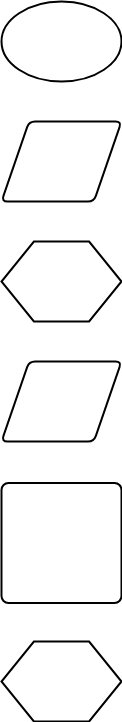
Earlier version of the draw.io export computer_science_and_engineering_first_course_24.1/fundamentals_of_algorithmization_and_programming/pws/pw4/pw4Diagram.png (FredNekrasov/university). Source tidied: cells renumbered, new cells last; positions are measured from the earlier drawing's top-left corner, leaving out a move shared by most shapes. The source it was exported from:
```xml
<mxGraphModel>
  <root>
    <mxCell id="0" />
    <mxCell id="1" parent="0" />
    <mxCell id="2" style="strokeWidth=2;html=1;shape=mxgraph.flowchart.start_1;whiteSpace=wrap;" parent="1" vertex="1">
      <mxGeometry width="120" height="80" as="geometry" />
    </mxCell>
    <mxCell id="3" style="shape=parallelogram;html=1;strokeWidth=2;perimeter=parallelogramPerimeter;whiteSpace=wrap;rounded=1;arcSize=12;size=0.23;" parent="1" vertex="1">
      <mxGeometry y="120" width="120" height="80" as="geometry" />
    </mxCell>
    <mxCell id="4" style="verticalLabelPosition=bottom;verticalAlign=top;html=1;shape=hexagon;perimeter=hexagonPerimeter2;arcSize=6;size=0.27;strokeWidth=2;" parent="1" vertex="1">
      <mxGeometry y="240" width="120" height="80" as="geometry" />
    </mxCell>
    <mxCell id="5" style="shape=parallelogram;html=1;strokeWidth=2;perimeter=parallelogramPerimeter;whiteSpace=wrap;rounded=1;arcSize=12;size=0.23;" parent="1" vertex="1">
      <mxGeometry y="360" width="120" height="80" as="geometry" />
    </mxCell>
    <mxCell id="6" style="rounded=1;whiteSpace=wrap;html=1;absoluteArcSize=1;arcSize=14;strokeWidth=2;" parent="1" vertex="1">
      <mxGeometry y="481.5" width="120" height="120" as="geometry" />
    </mxCell>
    <mxCell id="7" style="verticalLabelPosition=bottom;verticalAlign=top;html=1;shape=hexagon;perimeter=hexagonPerimeter2;arcSize=6;size=0.27;strokeWidth=2;" parent="1" vertex="1">
      <mxGeometry y="640" width="120" height="80" as="geometry" />
    </mxCell>
  </root>
</mxGraphModel>
```
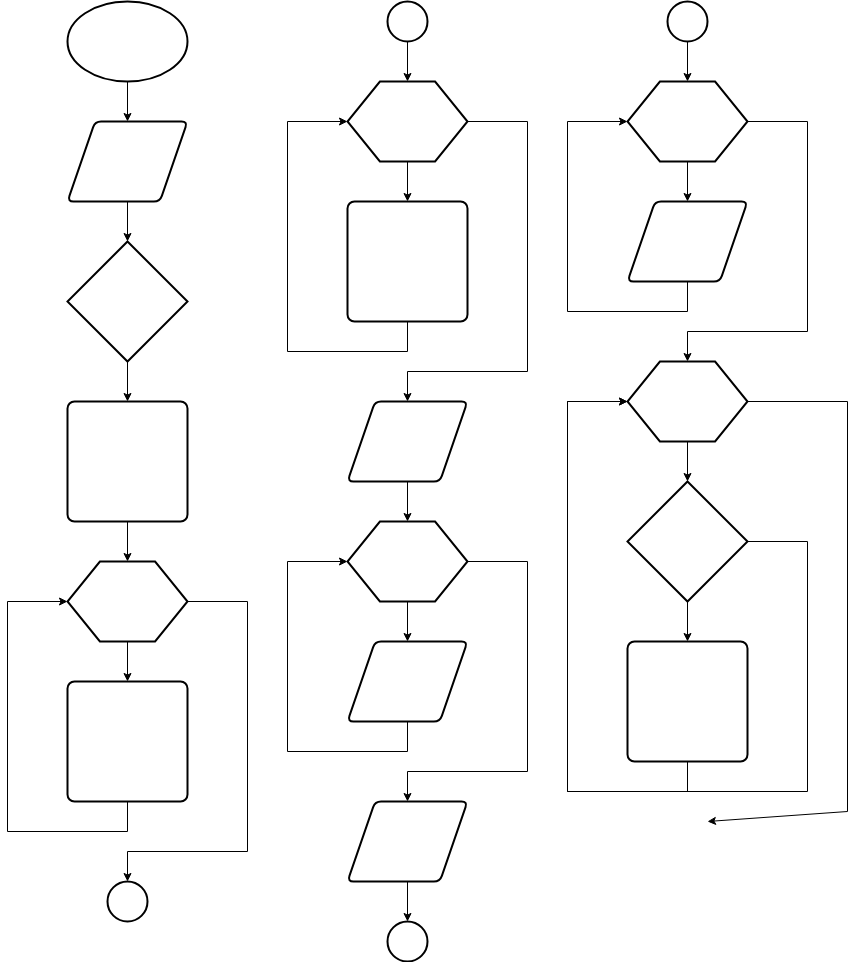
After the commit.

The edit, as a diff of the source:
```diff
@@ -9,16 +9,203 @@
       <mxGeometry y="120" width="120" height="80" as="geometry" />
     </mxCell>
     <mxCell id="4" style="verticalLabelPosition=bottom;verticalAlign=top;html=1;shape=hexagon;perimeter=hexagonPerimeter2;arcSize=6;size=0.27;strokeWidth=2;" parent="1" vertex="1">
-      <mxGeometry y="240" width="120" height="80" as="geometry" />
+      <mxGeometry x="280" y="520" width="120" height="80" as="geometry" />
     </mxCell>
     <mxCell id="5" style="shape=parallelogram;html=1;strokeWidth=2;perimeter=parallelogramPerimeter;whiteSpace=wrap;rounded=1;arcSize=12;size=0.23;" parent="1" vertex="1">
-      <mxGeometry y="360" width="120" height="80" as="geometry" />
+      <mxGeometry x="280" y="400" width="120" height="80" as="geometry" />
     </mxCell>
     <mxCell id="6" style="rounded=1;whiteSpace=wrap;html=1;absoluteArcSize=1;arcSize=14;strokeWidth=2;" parent="1" vertex="1">
-      <mxGeometry y="481.5" width="120" height="120" as="geometry" />
+      <mxGeometry y="680" width="120" height="120" as="geometry" />
     </mxCell>
-    <mxCell id="7" style="verticalLabelPosition=bottom;verticalAlign=top;html=1;shape=hexagon;perimeter=hexagonPerimeter2;arcSize=6;size=0.27;strokeWidth=2;" parent="1" vertex="1">
-      <mxGeometry y="640" width="120" height="80" as="geometry" />
-    </mxCell>
+    <mxCell id="8" style="strokeWidth=2;html=1;shape=mxgraph.flowchart.decision;whiteSpace=wrap;" parent="1" vertex="1">
+      <mxGeometry y="240" width="120" height="120" as="geometry" />
+    </mxCell>
+    <mxCell id="9" style="rounded=1;whiteSpace=wrap;html=1;absoluteArcSize=1;arcSize=14;strokeWidth=2;" parent="1" vertex="1">
+      <mxGeometry y="400" width="120" height="120" as="geometry" />
+    </mxCell>
+    <mxCell id="10" style="verticalLabelPosition=bottom;verticalAlign=top;html=1;shape=hexagon;perimeter=hexagonPerimeter2;arcSize=6;size=0.27;strokeWidth=2;" parent="1" vertex="1">
+      <mxGeometry y="560" width="120" height="80" as="geometry" />
+    </mxCell>
+    <mxCell id="11" style="verticalLabelPosition=bottom;verticalAlign=top;html=1;shape=hexagon;perimeter=hexagonPerimeter2;arcSize=6;size=0.27;strokeWidth=2;" parent="1" vertex="1">
+      <mxGeometry x="280" y="80" width="120" height="80" as="geometry" />
+    </mxCell>
+    <mxCell id="12" style="rounded=1;whiteSpace=wrap;html=1;absoluteArcSize=1;arcSize=14;strokeWidth=2;" parent="1" vertex="1">
+      <mxGeometry x="280" y="200" width="120" height="120" as="geometry" />
+    </mxCell>
+    <mxCell id="13" style="shape=parallelogram;html=1;strokeWidth=2;perimeter=parallelogramPerimeter;whiteSpace=wrap;rounded=1;arcSize=12;size=0.23;" parent="1" vertex="1">
+      <mxGeometry x="280" y="640" width="120" height="80" as="geometry" />
+    </mxCell>
+    <mxCell id="14" style="shape=parallelogram;html=1;strokeWidth=2;perimeter=parallelogramPerimeter;whiteSpace=wrap;rounded=1;arcSize=12;size=0.23;" parent="1" vertex="1">
+      <mxGeometry x="280" y="800" width="120" height="80" as="geometry" />
+    </mxCell>
+    <mxCell id="15" style="verticalLabelPosition=bottom;verticalAlign=top;html=1;shape=hexagon;perimeter=hexagonPerimeter2;arcSize=6;size=0.27;strokeWidth=2;" parent="1" vertex="1">
+      <mxGeometry x="560" y="80" width="120" height="80" as="geometry" />
+    </mxCell>
+    <mxCell id="16" style="shape=parallelogram;html=1;strokeWidth=2;perimeter=parallelogramPerimeter;whiteSpace=wrap;rounded=1;arcSize=12;size=0.23;" parent="1" vertex="1">
+      <mxGeometry x="560" y="200" width="120" height="80" as="geometry" />
+    </mxCell>
+    <mxCell id="17" style="endArrow=classic;html=1;rounded=0;exitX=0.5;exitY=1;exitDx=0;exitDy=0;exitPerimeter=0;entryX=0.5;entryY=0;entryDx=0;entryDy=0;" parent="1" edge="1" source="2" target="3">
+      <mxGeometry relative="1" as="geometry" />
+    </mxCell>
+    <mxCell id="18" style="endArrow=classic;html=1;rounded=0;exitX=0.5;exitY=1;exitDx=0;exitDy=0;entryX=0.5;entryY=0;entryDx=0;entryDy=0;entryPerimeter=0;" parent="1" edge="1" source="3" target="8">
+      <mxGeometry relative="1" as="geometry" />
+    </mxCell>
+    <mxCell id="19" style="endArrow=classic;html=1;rounded=0;exitX=0.5;exitY=1;exitDx=0;exitDy=0;entryX=0.5;entryY=0;entryDx=0;entryDy=0;exitPerimeter=0;" parent="1" edge="1" source="8" target="9">
+      <mxGeometry relative="1" as="geometry" />
+    </mxCell>
+    <mxCell id="20" style="endArrow=classic;html=1;rounded=0;exitX=0.5;exitY=1;exitDx=0;exitDy=0;entryX=0.5;entryY=0;entryDx=0;entryDy=0;" parent="1" edge="1" source="9" target="10">
+      <mxGeometry relative="1" as="geometry" />
+    </mxCell>
+    <mxCell id="21" style="endArrow=classic;html=1;rounded=0;exitX=0.5;exitY=1;exitDx=0;exitDy=0;entryX=0.5;entryY=0;entryDx=0;entryDy=0;" parent="1" edge="1" source="10" target="6">
+      <mxGeometry relative="1" as="geometry" />
+    </mxCell>
+    <mxCell id="22" style="endArrow=classic;html=1;rounded=0;exitX=0.5;exitY=1;exitDx=0;exitDy=0;entryX=0;entryY=0.5;entryDx=0;entryDy=0;" parent="1" edge="1" source="6" target="10">
+      <mxGeometry relative="1" as="geometry">
+        <Array as="points">
+          <mxPoint x="60" y="830" />
+          <mxPoint x="-60" y="830" />
+          <mxPoint x="-60" y="600" />
+        </Array>
+      </mxGeometry>
+    </mxCell>
+    <mxCell id="23" style="endArrow=classic;html=1;rounded=0;exitX=1;exitY=0.5;exitDx=0;exitDy=0;entryX=0.5;entryY=0;entryDx=0;entryDy=0;entryPerimeter=0;" parent="1" edge="1" source="10" target="24">
+      <mxGeometry relative="1" as="geometry">
+        <Array as="points">
+          <mxPoint x="180" y="600" />
+          <mxPoint x="180" y="850" />
+          <mxPoint x="60" y="850" />
+        </Array>
+      </mxGeometry>
+    </mxCell>
+    <mxCell id="24" style="strokeWidth=2;html=1;shape=mxgraph.flowchart.start_2;whiteSpace=wrap;" parent="1" vertex="1">
+      <mxGeometry x="40" y="880" width="40" height="40" as="geometry" />
+    </mxCell>
+    <mxCell id="25" style="strokeWidth=2;html=1;shape=mxgraph.flowchart.start_2;whiteSpace=wrap;" parent="1" vertex="1">
+      <mxGeometry x="320" width="40" height="40" as="geometry" />
+    </mxCell>
+    <mxCell id="26" style="endArrow=classic;html=1;rounded=0;exitX=0.5;exitY=1;exitDx=0;exitDy=0;exitPerimeter=0;entryX=0.5;entryY=0;entryDx=0;entryDy=0;" parent="1" edge="1" source="25" target="11">
+      <mxGeometry relative="1" as="geometry" />
+    </mxCell>
+    <mxCell id="27" style="endArrow=classic;html=1;rounded=0;exitX=0.5;exitY=1;exitDx=0;exitDy=0;entryX=0.5;entryY=0;entryDx=0;entryDy=0;" parent="1" edge="1" source="11" target="12">
+      <mxGeometry relative="1" as="geometry" />
+    </mxCell>
+    <mxCell id="28" style="endArrow=classic;html=1;rounded=0;exitX=0.5;exitY=1;exitDx=0;exitDy=0;entryX=0;entryY=0.5;entryDx=0;entryDy=0;" parent="1" edge="1" source="12" target="11">
+      <mxGeometry relative="1" as="geometry">
+        <Array as="points">
+          <mxPoint x="340" y="350" />
+          <mxPoint x="220" y="350" />
+          <mxPoint x="220" y="120" />
+        </Array>
+      </mxGeometry>
+    </mxCell>
+    <mxCell id="29" style="endArrow=classic;html=1;rounded=0;exitX=1;exitY=0.5;exitDx=0;exitDy=0;entryX=0.5;entryY=0;entryDx=0;entryDy=0;" parent="1" edge="1" source="11" target="5">
+      <mxGeometry relative="1" as="geometry">
+        <Array as="points">
+          <mxPoint x="460" y="120" />
+          <mxPoint x="460" y="370" />
+          <mxPoint x="340" y="370" />
+        </Array>
+      </mxGeometry>
+    </mxCell>
+    <mxCell id="30" style="endArrow=classic;html=1;rounded=0;exitX=0.5;exitY=1;exitDx=0;exitDy=0;entryX=0.5;entryY=0;entryDx=0;entryDy=0;" parent="1" edge="1" source="5" target="4">
+      <mxGeometry relative="1" as="geometry" />
+    </mxCell>
+    <mxCell id="31" style="endArrow=classic;html=1;rounded=0;exitX=0.5;exitY=1;exitDx=0;exitDy=0;entryX=0.5;entryY=0;entryDx=0;entryDy=0;" parent="1" edge="1" source="4" target="13">
+      <mxGeometry relative="1" as="geometry" />
+    </mxCell>
+    <mxCell id="32" style="endArrow=classic;html=1;rounded=0;exitX=0.5;exitY=1;exitDx=0;exitDy=0;entryX=0;entryY=0.5;entryDx=0;entryDy=0;" parent="1" edge="1" source="13" target="4">
+      <mxGeometry relative="1" as="geometry">
+        <Array as="points">
+          <mxPoint x="340" y="750" />
+          <mxPoint x="220" y="750" />
+          <mxPoint x="220" y="560" />
+        </Array>
+      </mxGeometry>
+    </mxCell>
+    <mxCell id="33" style="endArrow=classic;html=1;rounded=0;exitX=1;exitY=0.5;exitDx=0;exitDy=0;entryX=0.5;entryY=0;entryDx=0;entryDy=0;" parent="1" edge="1" source="4" target="14">
+      <mxGeometry relative="1" as="geometry">
+        <Array as="points">
+          <mxPoint x="460" y="560" />
+          <mxPoint x="460" y="770" />
+          <mxPoint x="340" y="770" />
+        </Array>
+      </mxGeometry>
+    </mxCell>
+    <mxCell id="34" style="strokeWidth=2;html=1;shape=mxgraph.flowchart.start_2;whiteSpace=wrap;" parent="1" vertex="1">
+      <mxGeometry x="320" y="920" width="40" height="40" as="geometry" />
+    </mxCell>
+    <mxCell id="35" style="endArrow=classic;html=1;rounded=0;entryX=0.5;entryY=0;entryDx=0;entryDy=0;exitX=0.5;exitY=1;exitDx=0;exitDy=0;entryPerimeter=0;" parent="1" edge="1" source="14" target="34">
+      <mxGeometry relative="1" as="geometry" />
+    </mxCell>
+    <mxCell id="36" style="strokeWidth=2;html=1;shape=mxgraph.flowchart.start_2;whiteSpace=wrap;" parent="1" vertex="1">
+      <mxGeometry x="600" width="40" height="40" as="geometry" />
+    </mxCell>
+    <mxCell id="37" style="endArrow=classic;html=1;rounded=0;exitX=0.5;exitY=1;exitDx=0;exitDy=0;exitPerimeter=0;entryX=0.5;entryY=0;entryDx=0;entryDy=0;" parent="1" edge="1" source="36" target="15">
+      <mxGeometry relative="1" as="geometry" />
+    </mxCell>
+    <mxCell id="38" style="endArrow=classic;html=1;rounded=0;exitX=0.5;exitY=1;exitDx=0;exitDy=0;entryX=0.5;entryY=0;entryDx=0;entryDy=0;" parent="1" edge="1" source="15" target="16">
+      <mxGeometry relative="1" as="geometry" />
+    </mxCell>
+    <mxCell id="39" style="endArrow=classic;html=1;rounded=0;exitX=0.5;exitY=1;exitDx=0;exitDy=0;entryX=0;entryY=0.5;entryDx=0;entryDy=0;" parent="1" edge="1" source="16" target="15">
+      <mxGeometry relative="1" as="geometry">
+        <Array as="points">
+          <mxPoint x="620" y="310" />
+          <mxPoint x="500" y="310" />
+          <mxPoint x="500" y="120" />
+        </Array>
+      </mxGeometry>
+    </mxCell>
+    <mxCell id="40" style="endArrow=classic;html=1;rounded=0;exitX=1;exitY=0.5;exitDx=0;exitDy=0;entryX=0.5;entryY=0;entryDx=0;entryDy=0;" parent="1" edge="1" source="15" target="41">
+      <mxGeometry relative="1" as="geometry">
+        <Array as="points">
+          <mxPoint x="740" y="120" />
+          <mxPoint x="740" y="330" />
+          <mxPoint x="620" y="330" />
+        </Array>
+      </mxGeometry>
+    </mxCell>
+    <mxCell id="41" style="verticalLabelPosition=bottom;verticalAlign=top;html=1;shape=hexagon;perimeter=hexagonPerimeter2;arcSize=6;size=0.27;strokeWidth=2;" parent="1" vertex="1">
+      <mxGeometry x="560" y="360" width="120" height="80" as="geometry" />
+    </mxCell>
+    <mxCell id="42" style="endArrow=classic;html=1;rounded=0;exitX=0.5;exitY=1;exitDx=0;exitDy=0;entryX=0.5;entryY=0;entryDx=0;entryDy=0;entryPerimeter=0;" parent="1" edge="1" source="41" target="43">
+      <mxGeometry relative="1" as="geometry" />
+    </mxCell>
+    <mxCell id="43" style="strokeWidth=2;html=1;shape=mxgraph.flowchart.decision;whiteSpace=wrap;" parent="1" vertex="1">
+      <mxGeometry x="560" y="480" width="120" height="120" as="geometry" />
+    </mxCell>
+    <mxCell id="44" style="rounded=1;whiteSpace=wrap;html=1;absoluteArcSize=1;arcSize=14;strokeWidth=2;" parent="1" vertex="1">
+      <mxGeometry x="560" y="640" width="120" height="120" as="geometry" />
+    </mxCell>
+    <mxCell id="45" style="endArrow=classic;html=1;rounded=0;exitX=0.5;exitY=1;exitDx=0;exitDy=0;entryX=0.5;entryY=0;entryDx=0;entryDy=0;exitPerimeter=0;" parent="1" edge="1" source="43" target="44">
+      <mxGeometry relative="1" as="geometry" />
+    </mxCell>
+    <mxCell id="46" style="endArrow=classic;html=1;rounded=0;exitX=0.5;exitY=1;exitDx=0;exitDy=0;entryX=0;entryY=0.5;entryDx=0;entryDy=0;" parent="1" edge="1" source="44" target="41">
+      <mxGeometry relative="1" as="geometry">
+        <Array as="points">
+          <mxPoint x="620" y="790" />
+          <mxPoint x="500" y="790" />
+          <mxPoint x="500" y="400" />
+        </Array>
+      </mxGeometry>
+    </mxCell>
+    <mxCell id="47" style="endArrow=classic;html=1;rounded=0;exitX=1;exitY=0.5;exitDx=0;exitDy=0;exitPerimeter=0;entryX=0;entryY=0.5;entryDx=0;entryDy=0;" parent="1" edge="1" source="43" target="41">
+      <mxGeometry relative="1" as="geometry">
+        <Array as="points">
+          <mxPoint x="740" y="540" />
+          <mxPoint x="740" y="790" />
+          <mxPoint x="500" y="790" />
+          <mxPoint x="500" y="400" />
+        </Array>
+      </mxGeometry>
+    </mxCell>
+    <mxCell id="48" style="endArrow=classic;html=1;rounded=0;exitX=1;exitY=0.5;exitDx=0;exitDy=0;" parent="1" edge="1" source="41">
+      <mxGeometry relative="1" as="geometry">
+        <mxPoint x="640" y="820" as="targetPoint" />
+        <Array as="points">
+          <mxPoint x="780" y="400" />
+          <mxPoint x="780" y="810" />
+        </Array>
+      </mxGeometry>
+    </mxCell>
   </root>
 </mxGraphModel>
```
